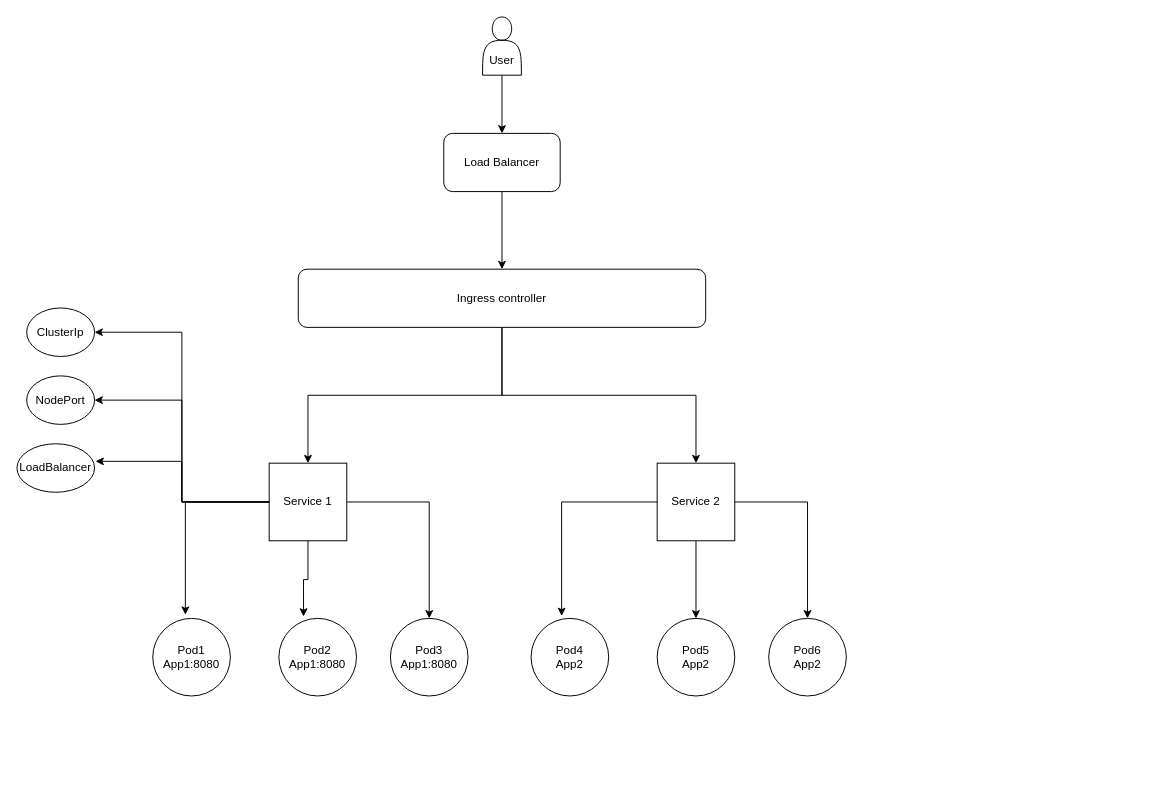
Above: Untitled Diagram.drawio in namanchopra21087/design-documents (draw.io), before the change. Source tidied: cells renumbered, new cells numbered last; positions are measured from the earlier drawing's top-left corner, leaving out a move shared by most shapes. Both pictures are drawn from the tidied source at 97%, with x=0, y=0 at pixel (16, 16).
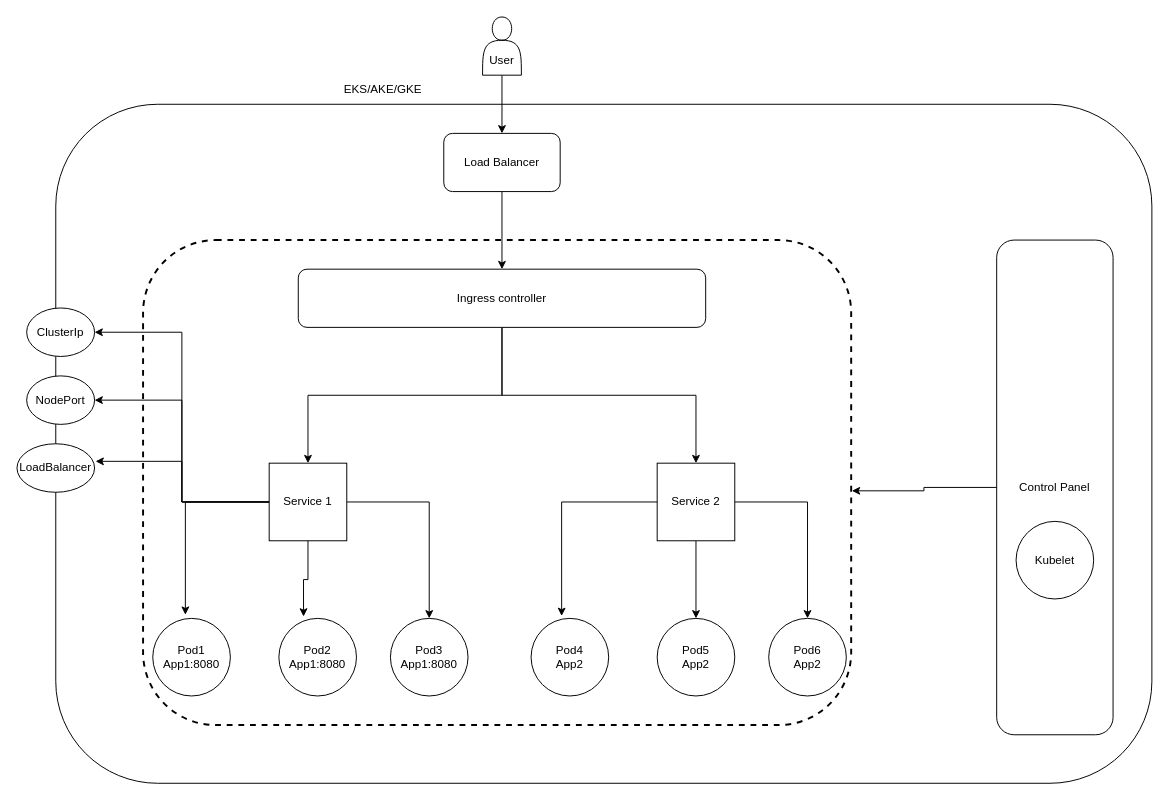
The same diagram, later.

The edit, as a diff of the source:
```diff
@@
+    <mxCell id="29" style="rounded=1;whiteSpace=wrap;html=1;" parent="1" vertex="1">
+      <mxGeometry x="40" y="90" width="1130" height="700" as="geometry" />
+    </mxCell>
+    <mxCell id="30" style="rounded=1;whiteSpace=wrap;html=1;dashed=1;strokeWidth=2;" parent="1" vertex="1">
+      <mxGeometry x="130" y="230" width="730" height="500" as="geometry" />
+    </mxCell>
@@
+    <mxCell id="31" value="Control Panel" style="rounded=1;whiteSpace=wrap;html=1;" parent="1" vertex="1">
+      <mxGeometry x="1010" y="230" width="120" height="510" as="geometry" />
+    </mxCell>
+    <mxCell id="32" style="edgeStyle=orthogonalEdgeStyle;rounded=0;jettySize=auto;html=1;entryX=1.001;entryY=0.517;entryDx=0;entryDy=0;entryPerimeter=0;" parent="1" edge="1" source="31" target="30">
+      <mxGeometry relative="1" as="geometry" />
+    </mxCell>
+    <mxCell id="33" value="EKS/AKE/GKE" style="text;html=1;strokeColor=none;fillColor=none;align=center;verticalAlign=middle;whiteSpace=wrap;rounded=0;" parent="1" vertex="1">
+      <mxGeometry x="290" y="60" width="175" height="30" as="geometry" />
+    </mxCell>
+    <mxCell id="34" value="Kubelet&lt;br&gt;" style="ellipse;whiteSpace=wrap;html=1;" parent="1" vertex="1">
+      <mxGeometry x="1030" y="520" width="80" height="80" as="geometry" />
+    </mxCell>
```
